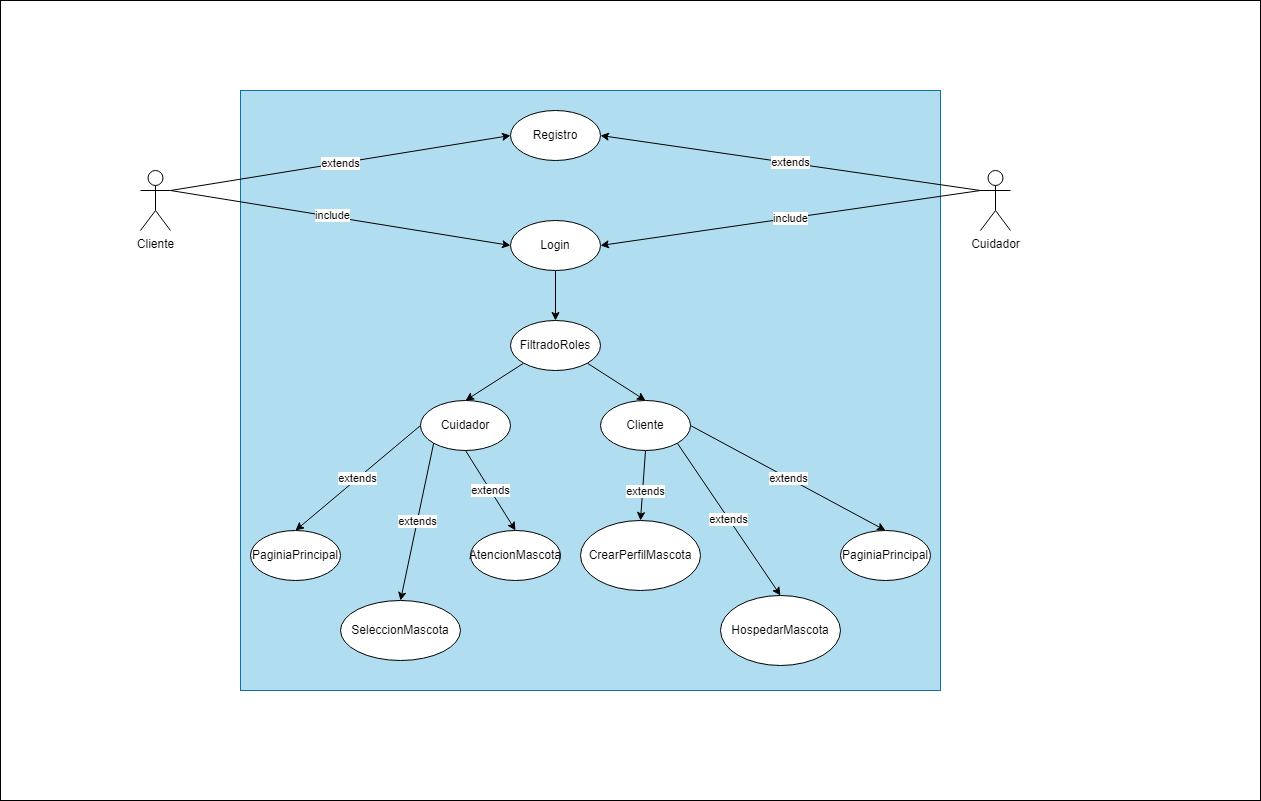
Earlier version of the draw.io export diagramaCasosUso.png (TheNewDabs/AYD_P2_G4). Source tidied: cells renumbered, new cells last; positions are measured from the earlier drawing's top-left corner, leaving out a move shared by most shapes.
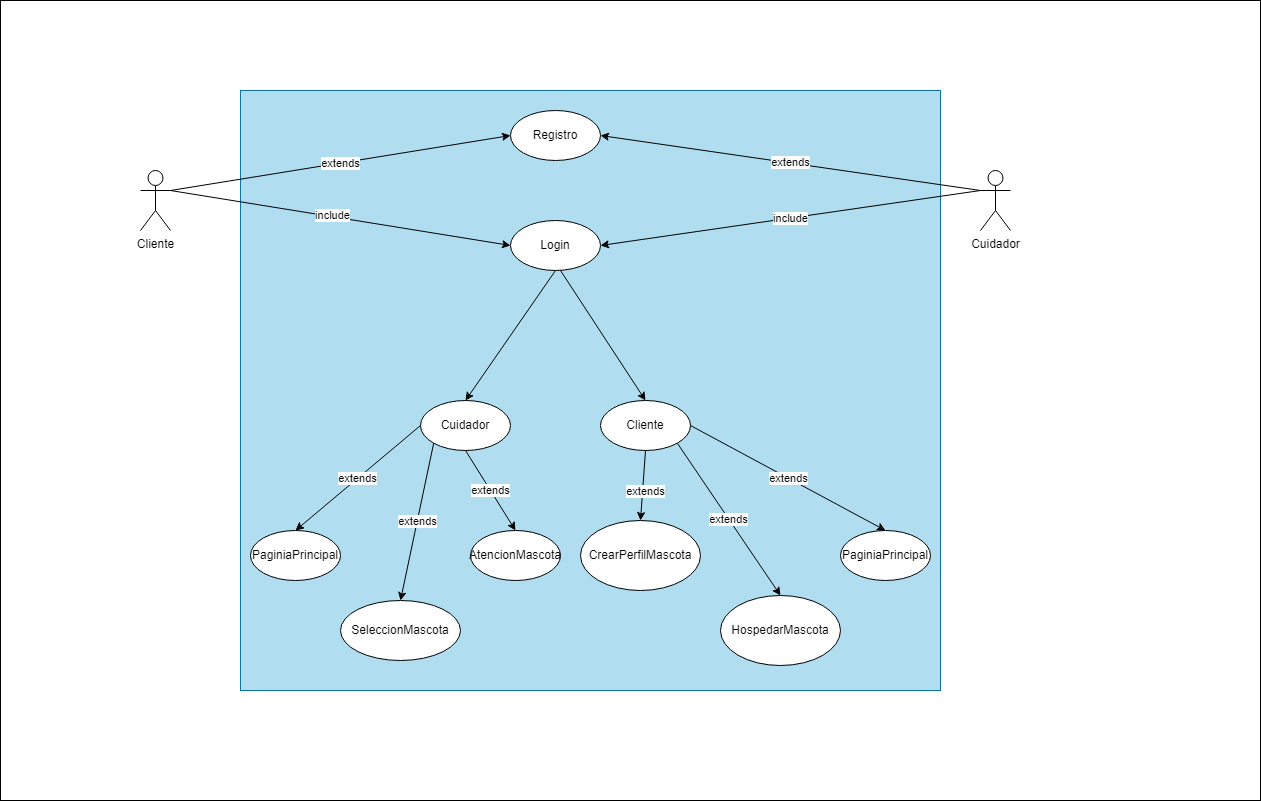
Above is the later version.

Commit message:
[add] se cambio el diagrama

What changed in the source:
```diff
@@ -32,21 +32,17 @@
     <mxCell id="11" value="Registro" style="ellipse;whiteSpace=wrap;html=1;" parent="1" vertex="1">
       <mxGeometry x="510" y="110" width="90" height="50" as="geometry" />
     </mxCell>
-    <mxCell id="12" style="edgeStyle=none;rounded=0;jettySize=auto;html=1;exitX=0.5;exitY=1;exitDx=0;exitDy=0;entryX=0.5;entryY=0;entryDx=0;entryDy=0;" parent="1" edge="1" source="13" target="16">
-      <mxGeometry relative="1" as="geometry" />
-    </mxCell>
     <mxCell id="13" value="Login" style="ellipse;whiteSpace=wrap;html=1;" parent="1" vertex="1">
       <mxGeometry x="510" y="220" width="90" height="50" as="geometry" />
     </mxCell>
-    <mxCell id="14" style="edgeStyle=none;rounded=0;jettySize=auto;html=1;exitX=0;exitY=1;exitDx=0;exitDy=0;entryX=0.5;entryY=0;entryDx=0;entryDy=0;" parent="1" edge="1" source="16" target="20">
+    <mxCell id="14" style="edgeStyle=none;rounded=0;jettySize=auto;html=1;exitX=0.5;exitY=1;exitDx=0;exitDy=0;entryX=0.5;entryY=0;entryDx=0;entryDy=0;" parent="1" edge="1" source="13" target="20">
       <mxGeometry relative="1" as="geometry" />
     </mxCell>
-    <mxCell id="15" style="edgeStyle=none;rounded=0;jettySize=auto;html=1;exitX=1;exitY=1;exitDx=0;exitDy=0;entryX=0.5;entryY=0;entryDx=0;entryDy=0;" parent="1" edge="1" source="16" target="25">
-      <mxGeometry relative="1" as="geometry" />
+    <mxCell id="15" style="edgeStyle=none;rounded=0;jettySize=auto;html=1;entryX=0.5;entryY=0;entryDx=0;entryDy=0;" parent="1" edge="1" target="25">
+      <mxGeometry relative="1" as="geometry">
+        <mxPoint x="560" y="270" as="sourcePoint" />
+      </mxGeometry>
     </mxCell>
-    <mxCell id="16" value="FiltradoRoles" style="ellipse;whiteSpace=wrap;html=1;" parent="1" vertex="1">
-      <mxGeometry x="510" y="320" width="90" height="50" as="geometry" />
-    </mxCell>
     <mxCell id="17" value="extends" style="edgeStyle=none;rounded=0;jettySize=auto;html=1;exitX=0;exitY=0.5;exitDx=0;exitDy=0;entryX=0.5;entryY=0;entryDx=0;entryDy=0;" parent="1" edge="1" source="20" target="26">
       <mxGeometry relative="1" as="geometry" />
     </mxCell>
```
